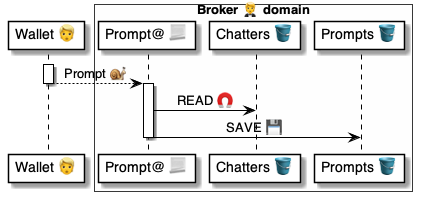
The PlantUML diagram 4 ⚙️ Solution/20 🧑‍🦰 UI/Brokers 🤵/🤵🅰️ Broker methods/Chats 💬 Prompt 🤗🐌🤵/🤵 Prompt ⚙️ uml.png in pollyweb-org/pollyweb-docs, before a commit. Its source is kept beside it as 4 ⚙️ Solution/20 🧑‍🦰 UI/Brokers 🤵/🤵🅰️ Broker methods/Chats 💬 Prompt 🤗🐌🤵/🤵 Prompt ⚙️ uml.puml.
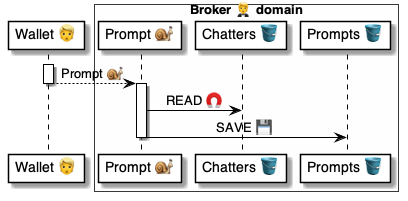
Later version of the same file.

Diff of the diagram source:
```diff
@@ -3,7 +3,7 @@
 participant "Wallet 👱" as wallet
 
 box "Broker 🤵 domain"  #FFFFFA
-    participant "Prompt@ 📃" as broker
+    participant "Prompt 🐌" as broker
     participant "Chatters 🪣" as chatters
     participant "Prompts 🪣" as prompts
 end box
```
